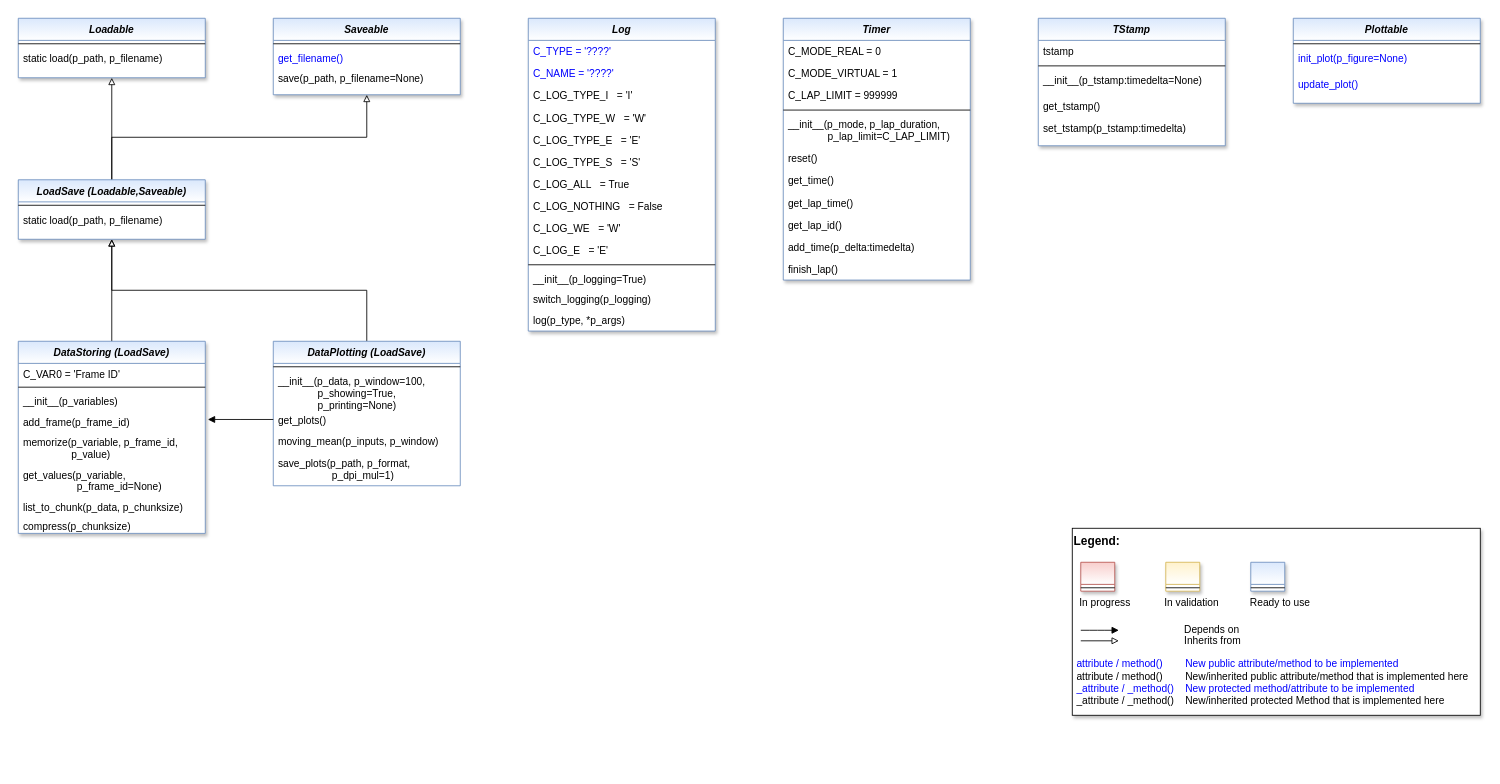
Above: doc/rtd/content/append2/core/images/bf/MLPro-BF-Various_class_diagram.drawio in fhswf/MLPro (draw.io), before the change. Source tidied: cells renumbered, new cells numbered last; positions are measured from the earlier drawing's top-left corner, leaving out a move shared by most shapes. Both pictures are drawn from the tidied source at 85%, with x=0, y=0 at pixel (18, 18).
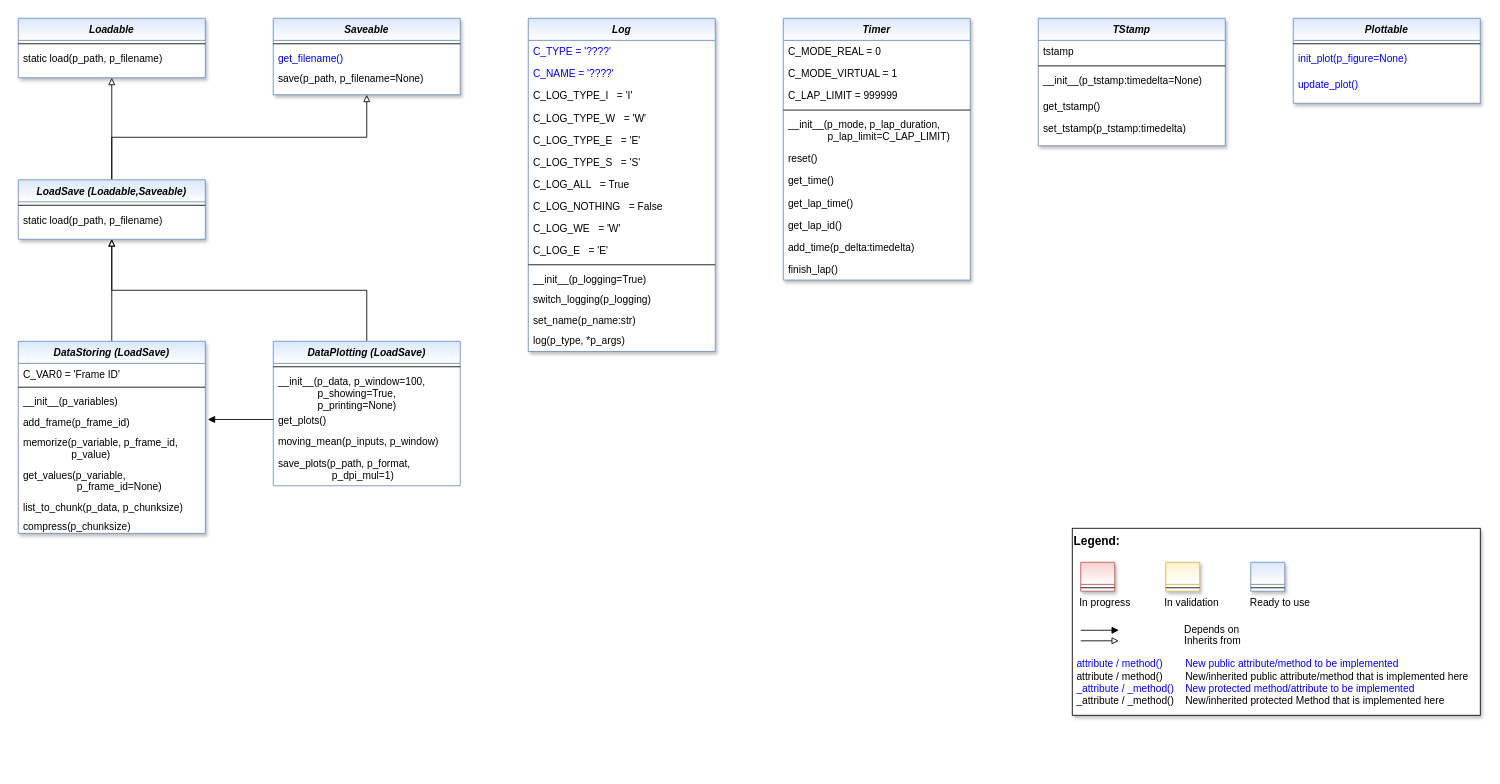
After the change.

What changed in the source:
```diff
@@
     <mxCell id="14" value="Log" style="swimlane;fontStyle=3;align=center;verticalAlign=top;horizontal=1;startSize=26;rounded=0;shadow=1;strokeWidth=1;fillColor=#dae8fc;strokeColor=#6c8ebf;gradientColor=#FFFFFF;swimlaneFillColor=#FFFFFF;" parent="1" vertex="1">
-      <mxGeometry x="600" width="220" height="368" as="geometry" />
+      <mxGeometry x="600" width="220" height="392" as="geometry" />
     </mxCell>
@@
+    <mxCell id="79" value="set_name(p_name:str)" style="text;align=left;verticalAlign=top;spacingLeft=4;spacingRight=4;overflow=hidden;" parent="14" vertex="1">
+      <mxGeometry y="342" width="220" height="24" as="geometry" />
+    </mxCell>
     <mxCell id="28" value="log(p_type, *p_args)" style="text;align=left;verticalAlign=top;spacingLeft=4;spacingRight=4;overflow=hidden;" parent="14" vertex="1">
-      <mxGeometry y="342" width="220" height="26" as="geometry" />
+      <mxGeometry y="366" width="220" height="26" as="geometry" />
     </mxCell>
```
